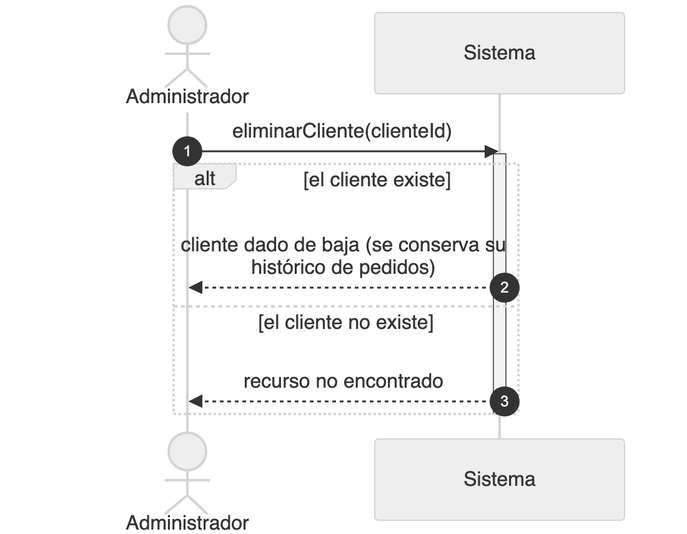
Before: diagramas/png/DSS_CU-095_Eliminar-Cliente.png, a diagram exported from Mermaid (Nahuelito-Dev/splg-docs). Its source is kept beside it as diagramas/DSS_CU-095_Eliminar-Cliente.mmd. Its diagram source:
```mermaid
sequenceDiagram
    title DSS — CU-095 Eliminar Cliente
    autonumber
    actor ADM as Administrador General
    participant SIS as Sistema

    ADM->>SIS: eliminarCliente(clienteId)
    activate SIS
    alt el cliente existe
        SIS-->>ADM: cliente dado de baja (se conserva su histórico de pedidos)
    else el cliente no existe o nunca le compró a la distribuidora en contexto
        SIS-->>ADM: recurso no encontrado
    else quien pide es un administrador de empresa
        SIS-->>ADM: acceso denegado (la baja la hace el Administrador General)
    end
    deactivate SIS
```
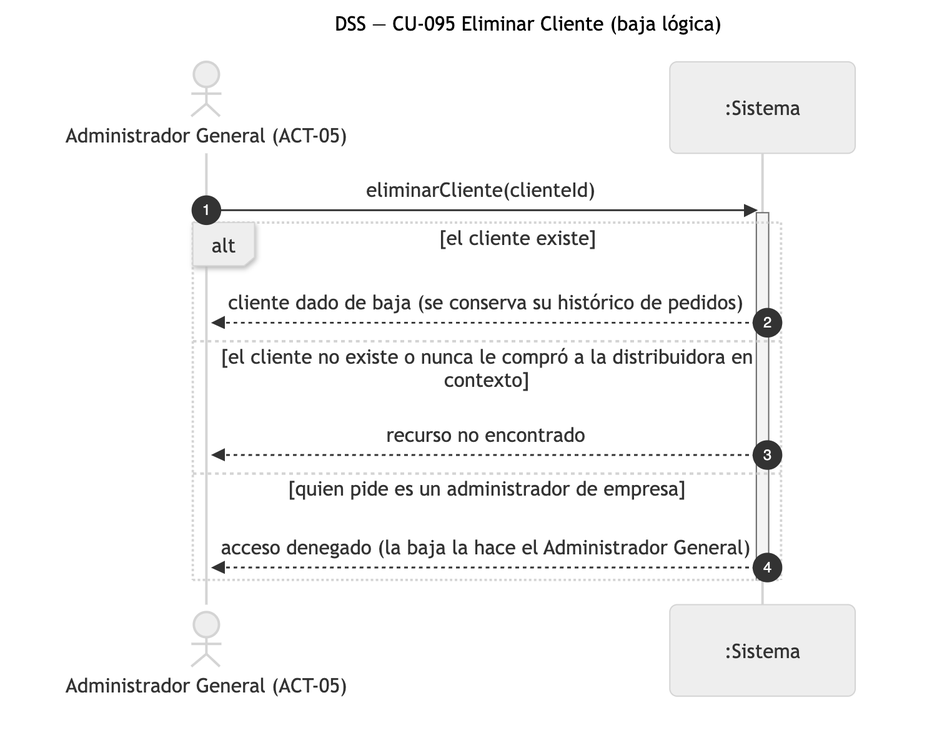
Later version of the same file.

What changed in the source:
```diff
@@ -1,8 +1,8 @@
 sequenceDiagram
-    title DSS — CU-095 Eliminar Cliente
+    title DSS — CU-095 Eliminar Cliente (baja lógica)
     autonumber
-    actor ADM as Administrador General
-    participant SIS as Sistema
+    actor ADM as Administrador General (ACT-05)
+    participant SIS as :Sistema
 
     ADM->>SIS: eliminarCliente(clienteId)
     activate SIS
```
